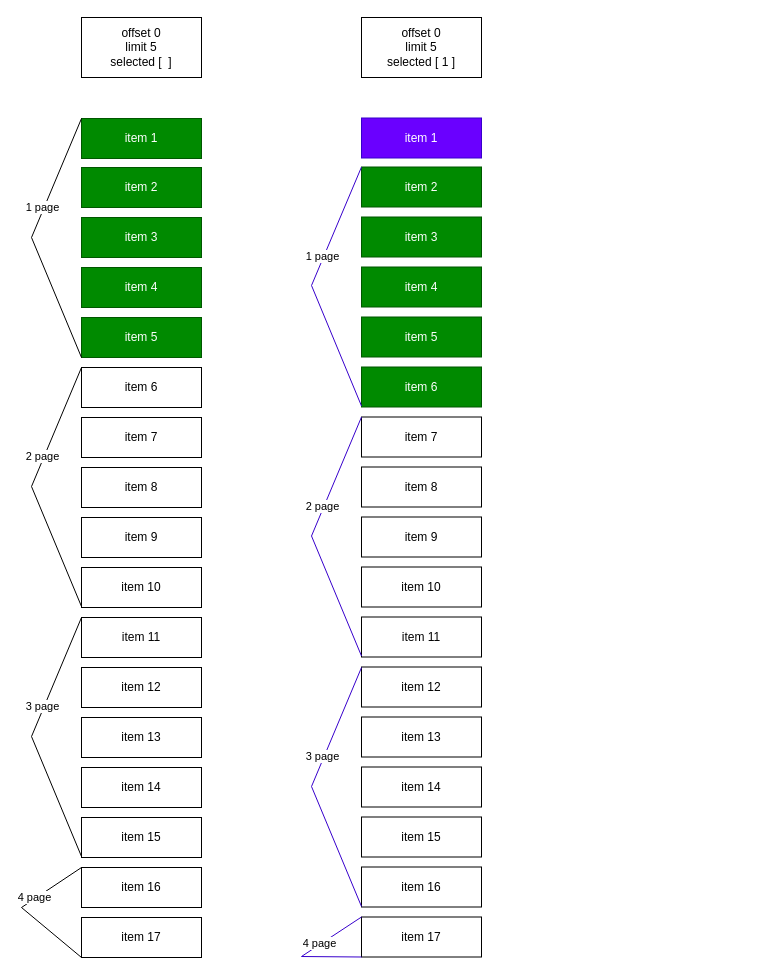
The draw.io diagram постраничный вывод вещей.drawio in KmvRoman/Diagrams, before the edit. Source tidied: cells renumbered, new cells numbered last; positions are measured from the earlier drawing's top-left corner, leaving out a move shared by most shapes. Both pictures are drawn from the tidied source at 100%, with x=0, y=0 at pixel (21, 17).
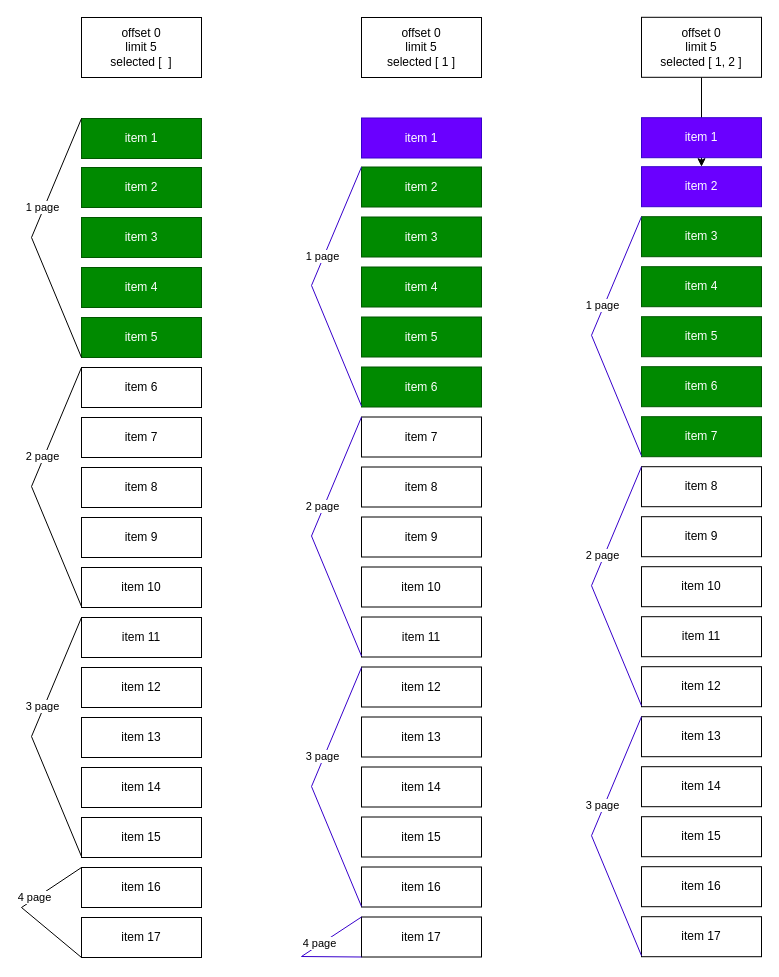
The same page after the edit.

What changed in the source:
```diff
@@
+    <mxCell id="54" style="edgeStyle=orthogonalEdgeStyle;rounded=0;jettySize=auto;html=1;" parent="1" edge="1" source="55" target="57">
+      <mxGeometry relative="1" as="geometry" />
+    </mxCell>
+    <mxCell id="55" value="offset 0&lt;br&gt;limit 5&lt;br&gt;selected [ 1, 2 ]" style="rounded=0;whiteSpace=wrap;html=1;" parent="1" vertex="1">
+      <mxGeometry x="620" y="-0.2" width="120" height="60" as="geometry" />
+    </mxCell>
+    <mxCell id="56" value="item 1" style="rounded=0;whiteSpace=wrap;html=1;fillColor=#6a00ff;fontColor=#ffffff;strokeColor=#3700CC;" parent="1" vertex="1">
+      <mxGeometry x="620" y="100.2" width="120" height="40" as="geometry" />
+    </mxCell>
+    <mxCell id="57" value="item 2" style="rounded=0;whiteSpace=wrap;html=1;fillColor=#6a00ff;fontColor=#ffffff;strokeColor=#3700CC;" parent="1" vertex="1">
+      <mxGeometry x="620" y="149.2" width="120" height="40" as="geometry" />
+    </mxCell>
+    <mxCell id="58" value="item 5" style="rounded=0;whiteSpace=wrap;html=1;fillColor=#008a00;fontColor=#ffffff;strokeColor=#005700;" parent="1" vertex="1">
+      <mxGeometry x="620" y="299.2" width="120" height="40" as="geometry" />
+    </mxCell>
+    <mxCell id="59" value="item 3" style="rounded=0;whiteSpace=wrap;html=1;fillColor=#008a00;fontColor=#ffffff;strokeColor=#005700;" parent="1" vertex="1">
+      <mxGeometry x="620" y="199.2" width="120" height="40" as="geometry" />
+    </mxCell>
+    <mxCell id="60" value="item 4" style="rounded=0;whiteSpace=wrap;html=1;fillColor=#008a00;fontColor=#ffffff;strokeColor=#005700;" parent="1" vertex="1">
+      <mxGeometry x="620" y="249.2" width="120" height="40" as="geometry" />
+    </mxCell>
+    <mxCell id="61" value="item 6" style="rounded=0;whiteSpace=wrap;html=1;fillColor=#008a00;fontColor=#ffffff;strokeColor=#005700;" parent="1" vertex="1">
+      <mxGeometry x="620" y="349.2" width="120" height="40" as="geometry" />
+    </mxCell>
+    <mxCell id="62" value="item 7" style="rounded=0;whiteSpace=wrap;html=1;fillColor=#008a00;fontColor=#ffffff;strokeColor=#005700;" parent="1" vertex="1">
+      <mxGeometry x="620" y="399.2" width="120" height="40" as="geometry" />
+    </mxCell>
+    <mxCell id="63" value="item 8" style="rounded=0;whiteSpace=wrap;html=1;" parent="1" vertex="1">
+      <mxGeometry x="620" y="449.2" width="120" height="40" as="geometry" />
+    </mxCell>
+    <mxCell id="64" value="item 9" style="rounded=0;whiteSpace=wrap;html=1;" parent="1" vertex="1">
+      <mxGeometry x="620" y="499.2" width="120" height="40" as="geometry" />
+    </mxCell>
+    <mxCell id="65" value="item 10" style="rounded=0;whiteSpace=wrap;html=1;" parent="1" vertex="1">
+      <mxGeometry x="620" y="549.2" width="120" height="40" as="geometry" />
+    </mxCell>
+    <mxCell id="66" value="item 11" style="rounded=0;whiteSpace=wrap;html=1;" parent="1" vertex="1">
+      <mxGeometry x="620" y="599.2" width="120" height="40" as="geometry" />
+    </mxCell>
+    <mxCell id="67" value="item 12" style="rounded=0;whiteSpace=wrap;html=1;" parent="1" vertex="1">
+      <mxGeometry x="620" y="649.2" width="120" height="40" as="geometry" />
+    </mxCell>
+    <mxCell id="68" value="item 14" style="rounded=0;whiteSpace=wrap;html=1;" parent="1" vertex="1">
+      <mxGeometry x="620" y="749.2" width="120" height="40" as="geometry" />
+    </mxCell>
+    <mxCell id="69" value="item 13" style="rounded=0;whiteSpace=wrap;html=1;" parent="1" vertex="1">
+      <mxGeometry x="620" y="699.2" width="120" height="40" as="geometry" />
+    </mxCell>
+    <mxCell id="70" value="item 15" style="rounded=0;whiteSpace=wrap;html=1;" parent="1" vertex="1">
+      <mxGeometry x="620" y="799.2" width="120" height="40" as="geometry" />
+    </mxCell>
+    <mxCell id="71" value="item 16" style="rounded=0;whiteSpace=wrap;html=1;" parent="1" vertex="1">
+      <mxGeometry x="620" y="849.2" width="120" height="40" as="geometry" />
+    </mxCell>
+    <mxCell id="72" value="item 17" style="rounded=0;whiteSpace=wrap;html=1;" parent="1" vertex="1">
+      <mxGeometry x="620" y="899.2" width="120" height="40" as="geometry" />
+    </mxCell>
+    <mxCell id="73" style="endArrow=none;html=1;rounded=0;exitX=0;exitY=1;exitDx=0;exitDy=0;entryX=0;entryY=0;entryDx=0;entryDy=0;fillColor=#6a00ff;strokeColor=#3700CC;" parent="1" edge="1">
+      <mxGeometry relative="1" as="geometry">
+        <mxPoint x="620" y="438.2" as="sourcePoint" />
+        <mxPoint x="620" y="199.2" as="targetPoint" />
+        <Array as="points">
+          <mxPoint x="570" y="317.8" />
+        </Array>
+      </mxGeometry>
+    </mxCell>
+    <mxCell id="74" value="1 page" style="edgeLabel;html=1;align=center;verticalAlign=middle;" parent="73" vertex="1">
+      <mxGeometry x="0.25" y="2" relative="1" as="geometry" />
+    </mxCell>
+    <mxCell id="75" style="endArrow=none;html=1;rounded=0;exitX=0;exitY=1;exitDx=0;exitDy=0;entryX=0;entryY=0;entryDx=0;entryDy=0;fillColor=#6a00ff;strokeColor=#3700CC;" parent="1" edge="1">
+      <mxGeometry relative="1" as="geometry">
+        <mxPoint x="620" y="688.2" as="sourcePoint" />
+        <mxPoint x="620" y="449.2" as="targetPoint" />
+        <Array as="points">
+          <mxPoint x="570" y="568.2" />
+        </Array>
+      </mxGeometry>
+    </mxCell>
+    <mxCell id="76" value="2 page" style="edgeLabel;html=1;align=center;verticalAlign=middle;" parent="75" vertex="1">
+      <mxGeometry x="0.25" y="2" relative="1" as="geometry" />
+    </mxCell>
+    <mxCell id="77" style="endArrow=none;html=1;rounded=0;exitX=0;exitY=1;exitDx=0;exitDy=0;entryX=0;entryY=0;entryDx=0;entryDy=0;fillColor=#6a00ff;strokeColor=#3700CC;" parent="1" edge="1">
+      <mxGeometry relative="1" as="geometry">
+        <mxPoint x="620" y="938.2" as="sourcePoint" />
+        <mxPoint x="620" y="699.2" as="targetPoint" />
+        <Array as="points">
+          <mxPoint x="570" y="818.2" />
+        </Array>
+      </mxGeometry>
+    </mxCell>
+    <mxCell id="78" value="3 page" style="edgeLabel;html=1;align=center;verticalAlign=middle;" parent="77" vertex="1">
+      <mxGeometry x="0.25" y="2" relative="1" as="geometry" />
+    </mxCell>
```
